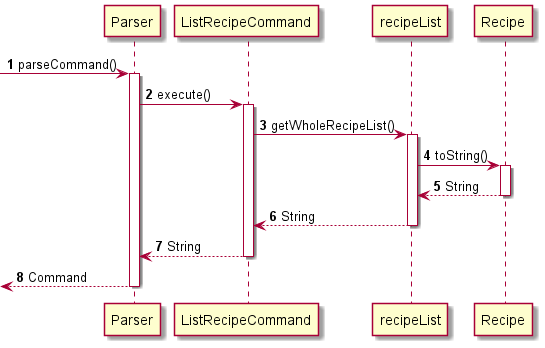
Before: docs/diagrams/ListRecipes.png, a diagram exported from PlantUML (nus-cs2113-AY2122S1/tp).
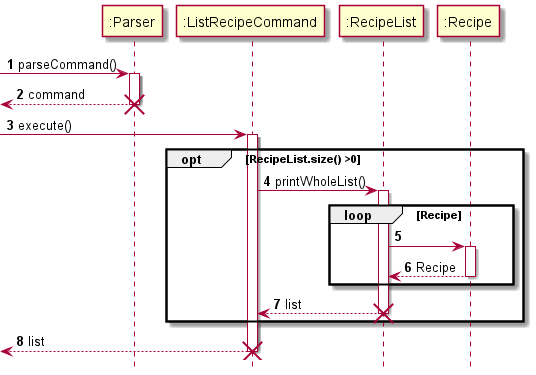
After the commit.

The edit, as a diff of the source:
```diff
@@ -1,22 +1,44 @@
 @startuml
+!include style.puml
+
+
+participant ":Parser" as Parser
+participant ":ListRecipeCommand" as ListRecipeCommand
+participant ":RecipeList" as RecipeList
+participant ":Recipe" as Recipe
+
 
 autonumber
+
  -> Parser: parseCommand()
 activate Parser
-Parser -> ListRecipeCommand: execute()
+
+return command
+destroy Parser
+
+-> ListRecipeCommand: execute()
 activate ListRecipeCommand
-ListRecipeCommand -> recipeList: getWholeRecipeList()
-activate recipeList
-recipeList -> Recipe: toString()
-activate Recipe
 
-Recipe --> recipeList: String
-deactivate Recipe
-recipeList --> ListRecipeCommand: String
-deactivate recipeList
-ListRecipeCommand --> Parser: String
-deactivate ListRecipeCommand
-<-- Parser: Command
-deactivate Parser
+opt RecipeList.size() >0
+    ListRecipeCommand -> RecipeList: printWholeList()
+    activate RecipeList
+
+        loop Recipe
+            RecipeList -> Recipe
+            activate Recipe
+
+            Recipe --> RecipeList: Recipe
+            deactivate Recipe
+        end
+
+
+    return list
+    destroy RecipeList
+end
+
+
+return list
+destroy ListRecipeCommand
+
 
 @enduml
```
